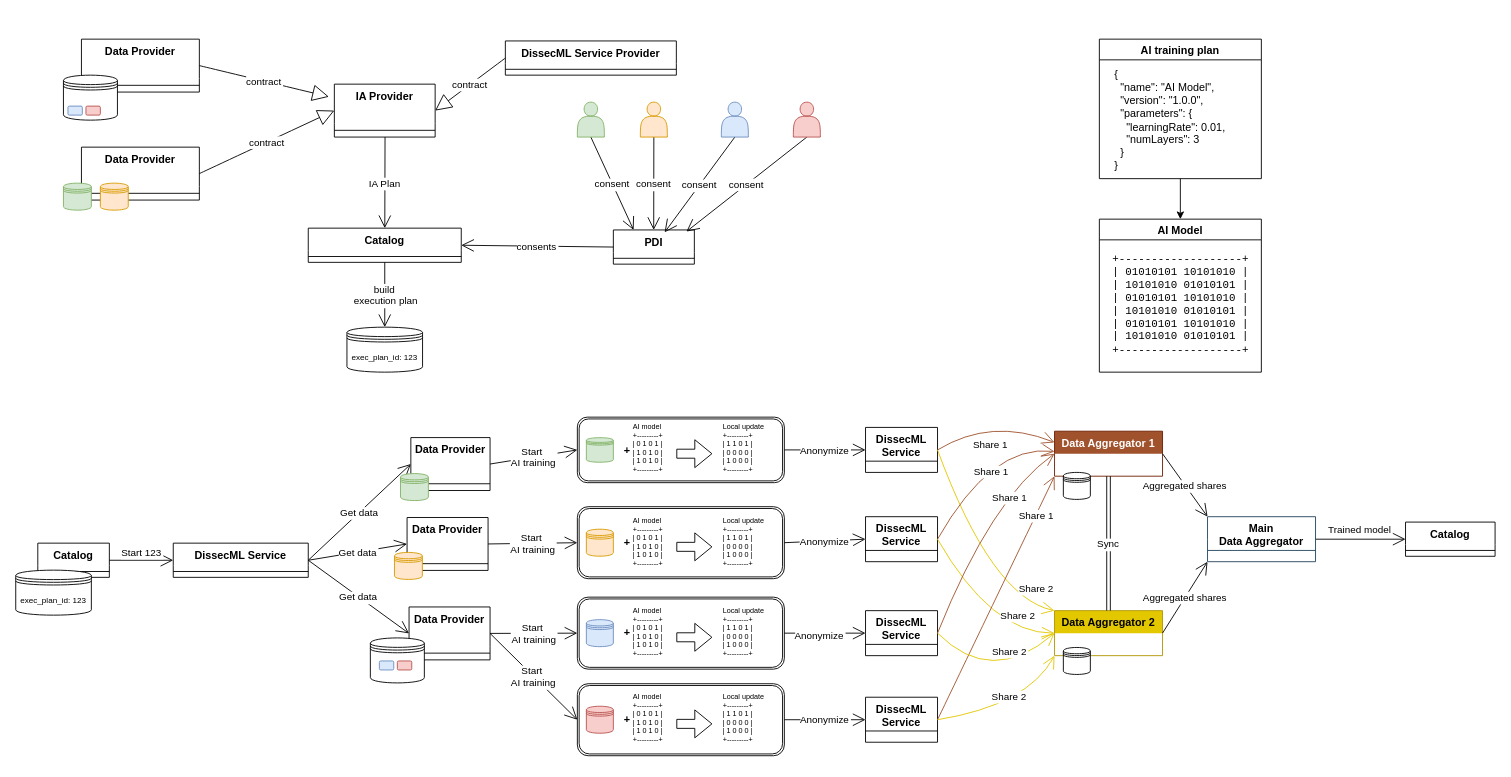
Earlier version of the draw.io diagram docs/schemas/dissecml_ptx_architecture.drawio (Prometheus-X-association/decentralized-ai-training). Source tidied: cells renumbered, new cells numbered last; positions are measured from the earlier drawing's top-left corner, leaving out a move shared by most shapes. Both pictures are drawn from the tidied source at 90%, with x=0, y=0 at pixel (15, 39).
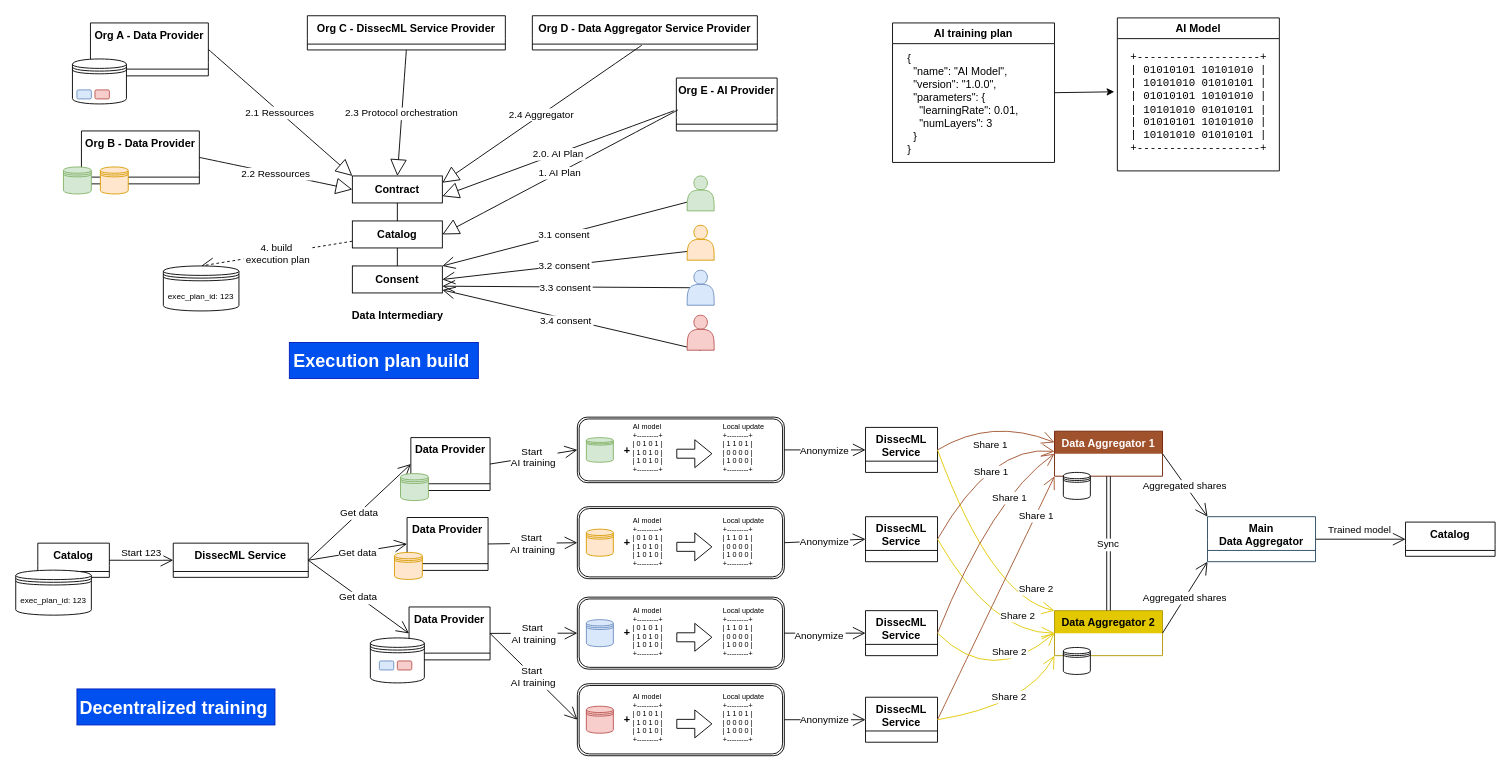
Above is the later version.

The change refers to these unchanged cells:
```xml
<mxCell id="27" value="&lt;pre&gt;&lt;code class=&quot;!whitespace-pre hljs language-diff&quot;&gt;&lt;span class=&quot;hljs-addition&quot;&gt;+-------------------+&lt;/span&gt;&lt;br&gt;| 01010101 10101010 |&lt;br&gt;| 10101010 01010101 |&lt;br&gt;| 01010101 10101010 |&lt;br&gt;| 10101010 01010101 |&lt;br&gt;| 01010101 10101010 |&lt;br&gt;| 10101010 01010101 |&lt;br&gt;&lt;span class=&quot;hljs-addition&quot;&gt;+-------------------+&lt;/span&gt;&lt;/code&gt;&lt;/pre&gt;" style="text;html=1;align=center;verticalAlign=middle;points=[];strokeColor=none;fillColor=none;" parent="26" vertex="1">
  <mxGeometry y="20" width="180" height="150" as="geometry" />
</mxCell>
<mxCell id="29" value="&lt;div align=&quot;left&quot;&gt;{&lt;br&gt;&amp;nbsp; &quot;name&quot;: &quot;AI Model&quot;,&lt;br&gt;&amp;nbsp; &quot;version&quot;: &quot;1.0.0&quot;,&lt;br&gt;&amp;nbsp; &quot;parameters&quot;: {&lt;br&gt;&amp;nbsp;&amp;nbsp;&amp;nbsp; &quot;learningRate&quot;: 0.01,&lt;br&gt;&amp;nbsp;&amp;nbsp;&amp;nbsp; &quot;numLayers&quot;: 3&lt;br&gt;&amp;nbsp; }&lt;br&gt;}&lt;/div&gt;" style="text;html=1;align=left;verticalAlign=middle;points=[];strokeColor=none;fillColor=none;" parent="28" vertex="1">
  <mxGeometry x="15" y="25" width="150" height="130" as="geometry" />
</mxCell>
```

The edit, as a diff of the source:
```diff
@@
-    <mxCell id="2" value="Data Provider" style="swimlane;fontStyle=1;align=center;verticalAlign=top;horizontal=1;startSize=43.8;swimlaneLine=0;swimlaneHead=1;swimlaneBody=1;" parent="1" vertex="1">
-      <mxGeometry x="73" y="120" width="131" height="58.8" as="geometry" />
+    <mxCell id="2" value="Org B - Data Provider" style="swimlane;fontStyle=1;align=center;verticalAlign=top;horizontal=1;startSize=43.8;swimlaneLine=0;swimlaneHead=1;swimlaneBody=1;" parent="1" vertex="1">
+      <mxGeometry x="73" y="102" width="131" height="58.8" as="geometry" />
     </mxCell>
@@
-    <mxCell id="4" value="IA Provider" style="swimlane;fontStyle=1;align=center;verticalAlign=top;horizontal=1;startSize=43.8;swimlaneLine=0;" parent="1" vertex="1">
-      <mxGeometry x="354" y="50" width="112" height="58.8" as="geometry" />
+    <mxCell id="4" value="Org E - AI Provider" style="swimlane;fontStyle=1;align=center;verticalAlign=top;horizontal=1;startSize=43.8;swimlaneLine=0;" parent="1" vertex="1">
+      <mxGeometry x="734" y="43.2" width="112" height="58.8" as="geometry" />
     </mxCell>
@@
-    <mxCell id="6" value="Catalog&#10;&#10;&#10;" style="swimlane;fontStyle=1;align=center;verticalAlign=top;horizontal=1;startSize=25;swimlaneLine=0;" parent="1" vertex="1">
-      <mxGeometry x="325" y="210" width="170" height="38" as="geometry" />
-    </mxCell>
-    <mxCell id="7" style="line;strokeWidth=1;fillColor=none;align=left;verticalAlign=middle;spacingTop=-1;spacingLeft=3;spacingRight=3;labelPosition=right;strokeColor=inherit;" parent="6" vertex="1">
-      <mxGeometry y="25" width="170" height="13" as="geometry" />
-    </mxCell>
-    <mxCell id="8" value="PDI" style="swimlane;fontStyle=1;align=center;verticalAlign=top;horizontal=1;startSize=25;swimlaneLine=0;" parent="1" vertex="1">
-      <mxGeometry x="664" y="212" width="90" height="38" as="geometry" />
-    </mxCell>
-    <mxCell id="9" style="line;strokeWidth=1;fillColor=none;align=left;verticalAlign=middle;spacingTop=-1;spacingLeft=3;spacingRight=3;labelPosition=right;strokeColor=inherit;" parent="8" vertex="1">
-      <mxGeometry y="25" width="90" height="13" as="geometry" />
-    </mxCell>
-    <mxCell id="10" value="contract" style="curved=1;startArrow=none;endArrow=block;endSize=16;endFill=0;exitX=1;exitY=0.5;entryX=0;entryY=0.5;rounded=0;exitDx=0;exitDy=0;entryDx=0;entryDy=0;" parent="1" edge="1" source="2" target="4">
+    <mxCell id="10" value="2.2 Ressources" style="curved=1;startArrow=none;endArrow=block;endSize=16;endFill=0;exitX=1;exitY=0.5;rounded=0;exitDx=0;exitDy=0;entryX=0;entryY=0.5;entryDx=0;entryDy=0;" parent="1" edge="1" source="2" target="129">
       <mxGeometry relative="1" as="geometry" />
     </mxCell>
-    <mxCell id="11" value="IA Plan" style="curved=0;startArrow=none;endArrow=open;endSize=12;exitX=0.5028273718697684;exitY=1;rounded=0;" parent="1" edge="1" source="4" target="6">
-      <mxGeometry relative="1" as="geometry" />
-    </mxCell>
-    <mxCell id="12" value="consents" style="curved=0;startArrow=none;endArrow=open;endSize=12;exitX=0;exitY=0.5;entryX=1;entryY=0.5;rounded=0;exitDx=0;exitDy=0;entryDx=0;entryDy=0;" parent="1" edge="1" source="8" target="6">
-      <mxGeometry relative="1" as="geometry" />
-    </mxCell>
-    <mxCell id="13" value="consent" style="curved=0;startArrow=none;endArrow=open;endSize=12;exitX=0.5;exitY=1;entryX=0.25;entryY=0;rounded=0;entryDx=0;entryDy=0;exitDx=0;exitDy=0;" parent="1" edge="1" source="31" target="8">
+    <mxCell id="13" value="3.1 consent" style="curved=0;startArrow=none;endArrow=open;endSize=12;exitX=0;exitY=0.75;entryX=1;entryY=0;rounded=0;entryDx=0;entryDy=0;exitDx=0;exitDy=0;" parent="1" edge="1" source="31" target="130">
       <mxGeometry relative="1" as="geometry" />
     </mxCell>
-    <mxCell id="14" value="consent" style="curved=0;startArrow=none;endArrow=open;endSize=12;exitX=0.5;exitY=1;entryX=0.4982142675490606;entryY=-0.008620689655172414;rounded=0;exitDx=0;exitDy=0;" parent="1" edge="1" source="32" target="8">
+    <mxCell id="14" value="3.2 consent" style="curved=0;startArrow=none;endArrow=open;endSize=12;exitX=0;exitY=0.75;entryX=1;entryY=0.5;rounded=0;exitDx=0;exitDy=0;entryDx=0;entryDy=0;" parent="1" edge="1" source="32" target="130">
       <mxGeometry relative="1" as="geometry" />
     </mxCell>
-    <mxCell id="15" value="consent" style="curved=0;startArrow=none;endArrow=open;endSize=12;exitX=0.5;exitY=1;entryX=0.633;entryY=0.07;rounded=0;entryDx=0;entryDy=0;exitDx=0;exitDy=0;entryPerimeter=0;" parent="1" edge="1" source="33" target="8">
+    <mxCell id="15" value="3.3 consent" style="curved=0;startArrow=none;endArrow=open;endSize=12;exitX=0.1;exitY=0.5;entryX=1;entryY=0.75;rounded=0;entryDx=0;entryDy=0;exitDx=0;exitDy=0;exitPerimeter=0;" parent="1" edge="1" source="33" target="130">
       <mxGeometry relative="1" as="geometry" />
     </mxCell>
-    <mxCell id="16" value="build&#10; execution plan" style="curved=0;startArrow=none;endArrow=open;endSize=12;exitX=0.5;exitY=1;rounded=0;exitDx=0;exitDy=0;entryX=0.5;entryY=0;entryDx=0;entryDy=0;" parent="1" edge="1" source="6" target="22">
+    <mxCell id="16" value="4. build&#10; execution plan" style="curved=0;startArrow=none;endArrow=open;endSize=12;exitX=0;exitY=0.75;rounded=0;exitDx=0;exitDy=0;entryX=0.5;entryY=0;entryDx=0;entryDy=0;dashed=1;" parent="1" edge="1" source="6" target="22">
       <mxGeometry relative="1" as="geometry" />
     </mxCell>
     <mxCell id="17" style="shape=datastore;whiteSpace=wrap;html=1;fillColor=#d5e8d4;strokeColor=#82b366;" parent="1" vertex="1">
-      <mxGeometry x="53" y="160" width="31" height="30" as="geometry" />
+      <mxGeometry x="53" y="142" width="31" height="30" as="geometry" />
     </mxCell>
-    <mxCell id="18" value="Data Provider" style="swimlane;fontStyle=1;align=center;verticalAlign=top;horizontal=1;startSize=43.8;swimlaneLine=0;swimlaneHead=1;swimlaneBody=1;" parent="1" vertex="1">
-      <mxGeometry x="73" width="131" height="58.8" as="geometry" />
+    <mxCell id="18" value="Org A - Data Provider" style="swimlane;fontStyle=1;align=center;verticalAlign=top;horizontal=1;startSize=43.8;swimlaneLine=0;swimlaneHead=1;swimlaneBody=1;" parent="1" vertex="1">
+      <mxGeometry x="83" y="-18" width="131" height="58.8" as="geometry" />
     </mxCell>
@@
     <mxCell id="20" style="shape=datastore;whiteSpace=wrap;html=1;" parent="1" vertex="1">
-      <mxGeometry x="53" y="40" width="60" height="50" as="geometry" />
+      <mxGeometry x="63" y="22" width="60" height="50" as="geometry" />
     </mxCell>
-    <mxCell id="21" value="contract" style="curved=1;startArrow=none;endArrow=block;endSize=16;endFill=0;exitX=1;exitY=0.5;entryX=-0.054;entryY=0.238;rounded=0;exitDx=0;exitDy=0;entryDx=0;entryDy=0;entryPerimeter=0;" parent="1" edge="1" source="18" target="4">
+    <mxCell id="21" value="2.1 Ressources" style="curved=1;startArrow=none;endArrow=block;endSize=16;endFill=0;exitX=1;exitY=0.5;entryX=0;entryY=0;rounded=0;exitDx=0;exitDy=0;entryDx=0;entryDy=0;" parent="1" edge="1" source="18" target="129">
       <mxGeometry relative="1" as="geometry" />
     </mxCell>
     <mxCell id="22" value="&lt;font style=&quot;font-size: 9px;&quot;&gt;exec_plan_id: 123&lt;/font&gt;" style="shape=datastore;whiteSpace=wrap;html=1;" parent="1" vertex="1">
-      <mxGeometry x="368" y="320" width="84" height="50" as="geometry" />
+      <mxGeometry x="164" y="252" width="84" height="50" as="geometry" />
     </mxCell>
-    <mxCell id="23" value="DissecML Service Provider" style="swimlane;fontStyle=1;align=center;verticalAlign=top;horizontal=1;startSize=25;swimlaneLine=0;" parent="1" vertex="1">
-      <mxGeometry x="544" y="2" width="190" height="38" as="geometry" />
+    <mxCell id="23" value="Org C - DissecML Service Provider" style="swimlane;fontStyle=1;align=center;verticalAlign=top;horizontal=1;startSize=25;swimlaneLine=0;" parent="1" vertex="1">
+      <mxGeometry x="324" y="-26" width="220" height="38" as="geometry" />
     </mxCell>
     <mxCell id="24" style="line;strokeWidth=1;fillColor=none;align=left;verticalAlign=middle;spacingTop=-1;spacingLeft=3;spacingRight=3;labelPosition=right;strokeColor=inherit;" parent="23" vertex="1">
-      <mxGeometry y="25" width="190" height="13" as="geometry" />
+      <mxGeometry y="25" width="220" height="13" as="geometry" />
     </mxCell>
-    <mxCell id="25" value="contract" style="curved=1;startArrow=none;endArrow=block;endSize=16;endFill=0;exitX=0;exitY=0.5;entryX=1;entryY=0.5;rounded=0;exitDx=0;exitDy=0;entryDx=0;entryDy=0;" parent="1" edge="1" source="23" target="4">
+    <mxCell id="25" value="2.3 Protocol orchestration" style="curved=1;startArrow=none;endArrow=block;endSize=16;endFill=0;exitX=0.5;exitY=1;entryX=0.5;entryY=0;rounded=0;exitDx=0;exitDy=0;entryDx=0;entryDy=0;" parent="1" edge="1" source="23" target="129">
       <mxGeometry relative="1" as="geometry" />
     </mxCell>
     <mxCell id="26" value="AI Model" style="swimlane;" parent="1" vertex="1">
-      <mxGeometry x="1204" y="200" width="180" height="170" as="geometry" />
+      <mxGeometry x="1224" y="-23.6" width="180" height="170" as="geometry" />
     </mxCell>
@@
     <mxCell id="28" value="AI training plan" style="swimlane;" parent="1" vertex="1">
-      <mxGeometry x="1204" width="180" height="155" as="geometry" />
+      <mxGeometry x="974.2" y="-18" width="180" height="155" as="geometry" />
     </mxCell>
@@
     <mxCell id="30" style="shape=datastore;whiteSpace=wrap;html=1;fillColor=#ffe6cc;strokeColor=#d79b00;" parent="1" vertex="1">
-      <mxGeometry x="94" y="160" width="31" height="30" as="geometry" />
+      <mxGeometry x="94" y="142" width="31" height="30" as="geometry" />
     </mxCell>
-    <mxCell id="31" style="shape=actor;whiteSpace=wrap;html=1;fillColor=#d5e8d4;strokeColor=#82b366;" parent="1" vertex="1">
-      <mxGeometry x="624" y="70" width="30" height="38.8" as="geometry" />
-    </mxCell>
-    <mxCell id="32" style="shape=actor;whiteSpace=wrap;html=1;fillColor=#ffe6cc;strokeColor=#d79b00;" parent="1" vertex="1">
-      <mxGeometry x="694" y="70" width="30" height="38.8" as="geometry" />
-    </mxCell>
-    <mxCell id="33" style="shape=actor;whiteSpace=wrap;html=1;fillColor=#dae8fc;strokeColor=#6c8ebf;" parent="1" vertex="1">
-      <mxGeometry x="784" y="70" width="30" height="38.8" as="geometry" />
-    </mxCell>
     <mxCell id="34" style="rounded=1;whiteSpace=wrap;html=1;fillColor=#dae8fc;strokeColor=#6c8ebf;" parent="1" vertex="1">
-      <mxGeometry x="58" y="74.4" width="16" height="10" as="geometry" />
+      <mxGeometry x="68" y="56.4" width="16" height="10" as="geometry" />
     </mxCell>
-    <mxCell id="35" value="consent" style="curved=0;startArrow=none;endArrow=open;endSize=12;entryX=0.902;entryY=0.048;rounded=0;entryDx=0;entryDy=0;entryPerimeter=0;exitX=0.5;exitY=1;exitDx=0;exitDy=0;" parent="1" edge="1" source="36" target="8">
-      <mxGeometry relative="1" as="geometry" />
+    <mxCell id="35" value="3.4 consent" style="curved=0;startArrow=none;endArrow=open;endSize=12;rounded=0;exitX=0.5;exitY=1;exitDx=0;exitDy=0;" parent="1" edge="1" source="36" target="130">
+      <mxGeometry x="0.04" y="2" relative="1" as="geometry" />
     </mxCell>
-    <mxCell id="36" style="shape=actor;whiteSpace=wrap;html=1;fillColor=#f8cecc;strokeColor=#b85450;" parent="1" vertex="1">
-      <mxGeometry x="864" y="70" width="30" height="38.8" as="geometry" />
-    </mxCell>
     <mxCell id="37" style="rounded=1;whiteSpace=wrap;html=1;fillColor=#f8cecc;strokeColor=#b85450;" parent="1" vertex="1">
-      <mxGeometry x="78" y="74.4" width="16" height="10" as="geometry" />
+      <mxGeometry x="88" y="56.4" width="16" height="10" as="geometry" />
     </mxCell>
@@
-    <mxCell id="62" style="endArrow=classic;html=1;rounded=0;entryX=0.5;entryY=0;entryDx=0;entryDy=0;" parent="1" edge="1" source="29" target="26">
+    <mxCell id="62" style="endArrow=classic;html=1;rounded=0;entryX=-0.019;entryY=0.414;entryDx=0;entryDy=0;entryPerimeter=0;exitX=1;exitY=0.5;exitDx=0;exitDy=0;" parent="1" edge="1" source="28" target="27">
       <mxGeometry relative="1" as="geometry" />
     </mxCell>
@@
+    <mxCell id="129" value="&lt;b&gt;Contract&lt;/b&gt;" style="rounded=0;whiteSpace=wrap;html=1;" parent="1" vertex="1">
+      <mxGeometry x="374" y="152" width="100" height="30" as="geometry" />
+    </mxCell>
+    <mxCell id="6" value="&lt;b&gt;Catalog&lt;/b&gt;" style="rounded=0;whiteSpace=wrap;html=1;" parent="1" vertex="1">
+      <mxGeometry x="374" y="202" width="100" height="30" as="geometry" />
+    </mxCell>
+    <mxCell id="130" value="&lt;b&gt;Consent&lt;/b&gt;" style="rounded=0;whiteSpace=wrap;html=1;" parent="1" vertex="1">
+      <mxGeometry x="374" y="252" width="100" height="30" as="geometry" />
+    </mxCell>
+    <mxCell id="131" value="&lt;div&gt;&lt;span style=&quot;background-color: initial;&quot;&gt;Data Intermediary&lt;/span&gt;&lt;br&gt;&lt;/div&gt;" style="text;html=1;align=center;verticalAlign=middle;strokeColor=none;fillColor=none;fontStyle=1;" parent="1" vertex="1">
+      <mxGeometry x="364" y="292" width="120" height="30" as="geometry" />
+    </mxCell>
+    <mxCell id="11" value="1. AI Plan" style="curved=1;startArrow=none;endArrow=block;endSize=16;endFill=0;exitX=0.015;exitY=0.603;entryX=1;entryY=0.5;rounded=0;exitDx=0;exitDy=0;entryDx=0;entryDy=0;exitPerimeter=0;" parent="1" edge="1" source="4" target="6">
+      <mxGeometry relative="1" as="geometry" />
+    </mxCell>
+    <mxCell id="132" value="Org D - Data Aggregator Service Provider" style="swimlane;fontStyle=1;align=center;verticalAlign=top;horizontal=1;startSize=25;swimlaneLine=0;" parent="1" vertex="1">
+      <mxGeometry x="574" y="-26" width="250" height="38" as="geometry" />
+    </mxCell>
+    <mxCell id="133" style="line;strokeWidth=1;fillColor=none;align=left;verticalAlign=middle;spacingTop=-1;spacingLeft=3;spacingRight=3;labelPosition=right;points=[];portConstraint=eastwest;strokeColor=inherit;" parent="132" vertex="1">
+      <mxGeometry y="25" width="250" height="13" as="geometry" />
+    </mxCell>
+    <mxCell id="134" value="2.4 Aggregator" style="curved=1;startArrow=none;endArrow=block;endSize=16;endFill=0;exitX=0.486;exitY=0.603;entryX=1;entryY=0.25;rounded=0;exitDx=0;exitDy=0;entryDx=0;entryDy=0;exitPerimeter=0;" parent="1" edge="1" source="133" target="129">
+      <mxGeometry relative="1" as="geometry" />
+    </mxCell>
+    <mxCell id="135" style="endArrow=none;html=1;rounded=0;entryX=0.5;entryY=1;entryDx=0;entryDy=0;exitX=0.5;exitY=0;exitDx=0;exitDy=0;" parent="1" edge="1" source="6" target="129">
+      <mxGeometry relative="1" as="geometry" />
+    </mxCell>
+    <mxCell id="136" style="endArrow=none;html=1;rounded=0;entryX=0.5;entryY=0;entryDx=0;entryDy=0;exitX=0.5;exitY=1;exitDx=0;exitDy=0;" parent="1" edge="1" source="6" target="130">
+      <mxGeometry relative="1" as="geometry" />
+    </mxCell>
+    <mxCell id="137" style="group;" parent="1" vertex="1">
+      <mxGeometry x="746" y="152" width="30" height="193.6" as="geometry" />
+    </mxCell>
+    <mxCell id="31" style="shape=actor;whiteSpace=wrap;html=1;fillColor=#d5e8d4;strokeColor=#82b366;" parent="137" vertex="1">
+      <mxGeometry width="30" height="38.8" as="geometry" />
+    </mxCell>
+    <mxCell id="32" style="shape=actor;whiteSpace=wrap;html=1;fillColor=#ffe6cc;strokeColor=#d79b00;" parent="137" vertex="1">
+      <mxGeometry y="54.8" width="30" height="38.8" as="geometry" />
+    </mxCell>
+    <mxCell id="33" style="shape=actor;whiteSpace=wrap;html=1;fillColor=#dae8fc;strokeColor=#6c8ebf;" parent="137" vertex="1">
+      <mxGeometry y="104.8" width="30" height="38.8" as="geometry" />
+    </mxCell>
+    <mxCell id="36" style="shape=actor;whiteSpace=wrap;html=1;fillColor=#f8cecc;strokeColor=#b85450;" parent="137" vertex="1">
+      <mxGeometry y="154.8" width="30" height="38.8" as="geometry" />
+    </mxCell>
+    <mxCell id="138" value="2.0. AI Plan" style="curved=1;startArrow=none;endArrow=block;endSize=16;endFill=0;exitX=-0.022;exitY=0.617;entryX=1;entryY=0.75;rounded=0;exitDx=0;exitDy=0;entryDx=0;entryDy=0;exitPerimeter=0;" parent="1" edge="1" source="4" target="129">
+      <mxGeometry relative="1" as="geometry" />
+    </mxCell>
+    <mxCell id="139" value="Execution plan build&amp;nbsp;" style="text;html=1;align=center;verticalAlign=middle;strokeColor=#001DBC;fillColor=#0050ef;fontStyle=1;fontColor=#ffffff;fontSize=20;" parent="1" vertex="1">
+      <mxGeometry x="304" y="337" width="210" height="40" as="geometry" />
+    </mxCell>
+    <mxCell id="140" value="Decentralized training&amp;nbsp;" style="text;html=1;align=center;verticalAlign=middle;strokeColor=#001DBC;fillColor=#0050ef;fontStyle=1;fontColor=#ffffff;fontSize=20;" parent="1" vertex="1">
+      <mxGeometry x="68" y="722" width="220" height="40" as="geometry" />
+    </mxCell>
```
